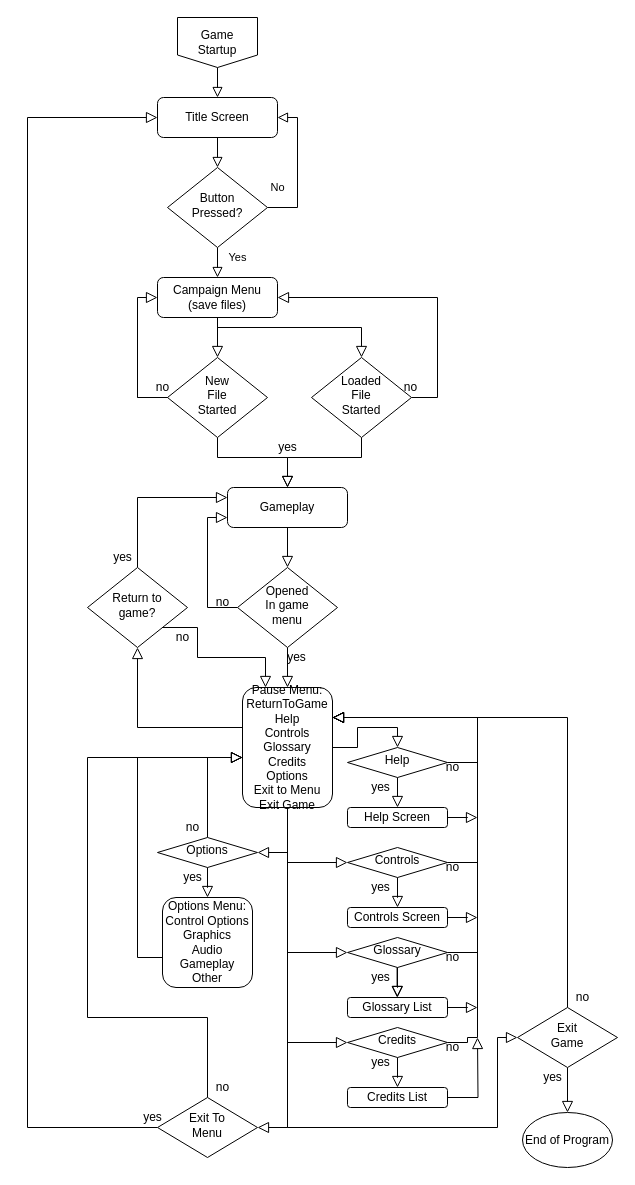
Before: ScreenFlow_Diagram.drawio in William-Fraser/William-Fraser, a draw.io diagram. Source tidied: cells renumbered, new cells numbered last; positions are measured from the earlier drawing's top-left corner, leaving out a move shared by most shapes. Both pictures are drawn from the tidied source at 100%, with x=0, y=0 at pixel (27, 17).
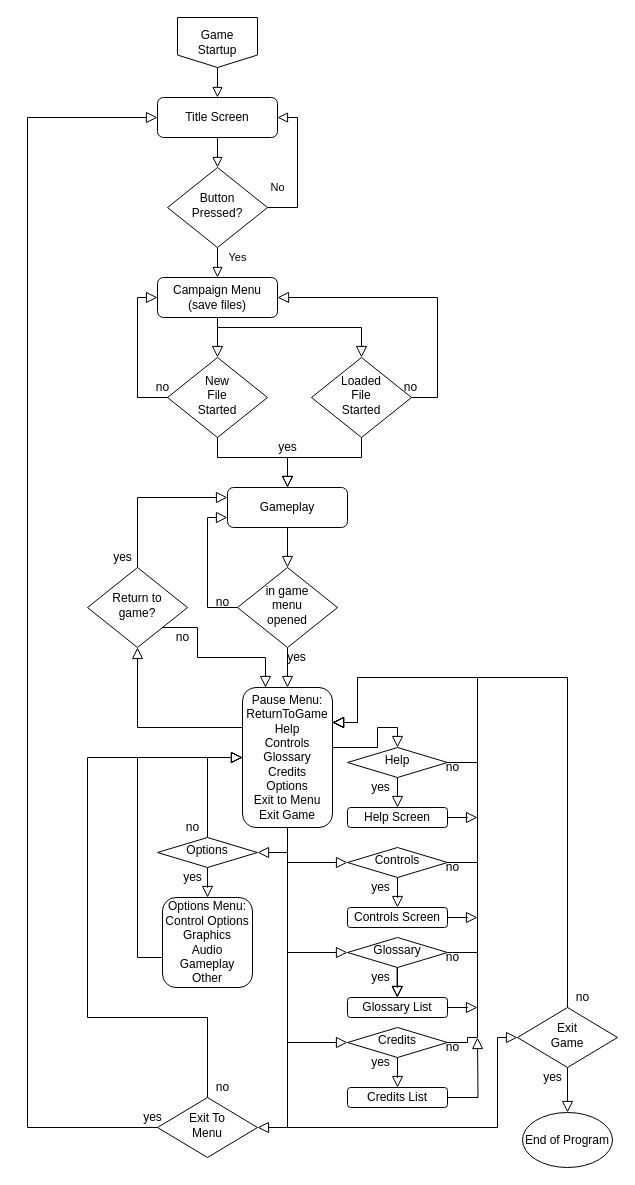
The same page after the edit.

Unchanged cells that the change refers to:
```xml
<mxCell id="45" value="Help" style="rhombus;whiteSpace=wrap;html=1;shadow=0;fontFamily=Helvetica;fontSize=12;align=center;strokeWidth=1;spacing=6;spacingTop=-4;" parent="1" vertex="1">
  <mxGeometry x="320" y="730" width="100" height="30" as="geometry" />
</mxCell>
<mxCell id="48" value="Controls" style="rhombus;whiteSpace=wrap;html=1;shadow=0;fontFamily=Helvetica;fontSize=12;align=center;strokeWidth=1;spacing=6;spacingTop=-4;" parent="1" vertex="1">
  <mxGeometry x="320" y="830" width="100" height="30" as="geometry" />
</mxCell>
<mxCell id="51" value="Glossary" style="rhombus;whiteSpace=wrap;html=1;shadow=0;fontFamily=Helvetica;fontSize=12;align=center;strokeWidth=1;spacing=6;spacingTop=-4;" parent="1" vertex="1">
  <mxGeometry x="320" y="920" width="100" height="30" as="geometry" />
</mxCell>
<mxCell id="57" value="Exit&lt;br&gt;Game" style="rhombus;whiteSpace=wrap;html=1;shadow=0;fontFamily=Helvetica;fontSize=12;align=center;strokeWidth=1;spacing=6;spacingTop=-4;" parent="1" vertex="1">
  <mxGeometry x="490" y="990" width="100" height="60" as="geometry" />
</mxCell>
<mxCell id="63" value="Credits" style="rhombus;whiteSpace=wrap;html=1;shadow=0;fontFamily=Helvetica;fontSize=12;align=center;strokeWidth=1;spacing=6;spacingTop=-4;" parent="1" vertex="1">
  <mxGeometry x="320" y="1010" width="100" height="30" as="geometry" />
</mxCell>
```

The edit, as a diff of the source:
```diff
@@
-    <mxCell id="24" value="Opened &lt;br&gt;In game&lt;br&gt;menu" style="rhombus;whiteSpace=wrap;html=1;shadow=0;fontFamily=Helvetica;fontSize=12;align=center;strokeWidth=1;spacing=6;spacingTop=-4;" parent="1" vertex="1">
+    <mxCell id="24" value="in game &lt;br&gt;menu &lt;br&gt;opened" style="rhombus;whiteSpace=wrap;html=1;shadow=0;fontFamily=Helvetica;fontSize=12;align=center;strokeWidth=1;spacing=6;spacingTop=-4;" parent="1" vertex="1">
       <mxGeometry x="210" y="550" width="100" height="80" as="geometry" />
     </mxCell>
@@
-    <mxCell id="28" style="edgeStyle=orthogonalEdgeStyle;rounded=0;jettySize=auto;html=1;endArrow=block;endFill=0;endSize=9;entryX=0.5;entryY=0;entryDx=0;entryDy=0;exitX=1;exitY=0.5;exitDx=0;exitDy=0;" parent="1" edge="1" source="34" target="45">
+    <mxCell id="28" style="edgeStyle=orthogonalEdgeStyle;rounded=0;jettySize=auto;html=1;endArrow=block;endFill=0;endSize=9;entryX=0.5;entryY=0;entryDx=0;entryDy=0;exitX=1;exitY=0.5;exitDx=0;exitDy=0;strokeColor=default;labelBackgroundColor=default;fontColor=default;" parent="1" edge="1" source="34" target="45">
       <mxGeometry relative="1" as="geometry">
         <Array as="points">
-          <mxPoint x="330" y="730" />
-          <mxPoint x="330" y="710" />
+          <mxPoint x="305" y="730" />
+          <mxPoint x="350" y="730" />
+          <mxPoint x="350" y="710" />
           <mxPoint x="370" y="710" />
         </Array>
       </mxGeometry>
     </mxCell>
@@
-    <mxCell id="34" value="Pause Menu:&lt;br&gt;ReturnToGame&lt;br&gt;Help&lt;br&gt;Controls&lt;br&gt;Glossary&lt;br&gt;Credits&lt;br&gt;Options&lt;br&gt;Exit to Menu&lt;br&gt;Exit Game" style="rounded=1;whiteSpace=wrap;html=1;fontSize=12;glass=0;strokeWidth=1;shadow=0;" parent="1" vertex="1">
-      <mxGeometry x="215" y="670" width="90" height="120" as="geometry" />
+    <mxCell id="34" value="Pause Menu:&lt;br&gt;ReturnToGame&lt;br&gt;Help&lt;br&gt;Controls&lt;br&gt;Glossary&lt;br&gt;Credits&lt;br&gt;Options&lt;br&gt;Exit to Menu&lt;br&gt;Exit Game" style="rounded=1;whiteSpace=wrap;html=1;fontSize=12;glass=0;strokeWidth=1;shadow=0;fillColor=default;strokeColor=default;fontColor=default;" parent="1" vertex="1">
+      <mxGeometry x="215" y="670" width="90" height="140" as="geometry" />
     </mxCell>
@@
-    <mxCell id="44" style="edgeStyle=orthogonalEdgeStyle;rounded=0;jettySize=auto;html=1;endArrow=block;endFill=0;endSize=9;exitX=1;exitY=0.5;exitDx=0;exitDy=0;entryX=1;entryY=0.25;entryDx=0;entryDy=0;" parent="1" edge="1" source="45" target="34">
+    <mxCell id="44" style="edgeStyle=orthogonalEdgeStyle;rounded=0;jettySize=auto;html=1;endArrow=block;endFill=0;endSize=9;exitX=1;exitY=0.5;exitDx=0;exitDy=0;strokeColor=default;labelBackgroundColor=default;fontColor=default;entryX=1;entryY=0.25;entryDx=0;entryDy=0;" parent="1" edge="1" source="45" target="34">
       <mxGeometry relative="1" as="geometry">
         <Array as="points">
           <mxPoint x="450" y="745" />
-          <mxPoint x="450" y="700" />
+          <mxPoint x="450" y="660" />
+          <mxPoint x="330" y="660" />
+          <mxPoint x="330" y="705" />
         </Array>
       </mxGeometry>
     </mxCell>
@@
-    <mxCell id="47" style="edgeStyle=orthogonalEdgeStyle;rounded=0;jettySize=auto;html=1;endArrow=block;endFill=0;endSize=9;entryX=1;entryY=0.25;entryDx=0;entryDy=0;" parent="1" edge="1" source="48" target="34">
+    <mxCell id="47" style="edgeStyle=orthogonalEdgeStyle;rounded=0;jettySize=auto;html=1;endArrow=block;endFill=0;endSize=9;strokeColor=default;labelBackgroundColor=default;fontColor=default;entryX=1;entryY=0.25;entryDx=0;entryDy=0;" parent="1" edge="1" source="48" target="34">
       <mxGeometry relative="1" as="geometry">
         <Array as="points">
           <mxPoint x="450" y="845" />
-          <mxPoint x="450" y="700" />
+          <mxPoint x="450" y="660" />
+          <mxPoint x="330" y="660" />
+          <mxPoint x="330" y="705" />
         </Array>
       </mxGeometry>
     </mxCell>
@@
-    <mxCell id="50" style="edgeStyle=orthogonalEdgeStyle;rounded=0;jettySize=auto;html=1;endArrow=block;endFill=0;endSize=9;entryX=1;entryY=0.25;entryDx=0;entryDy=0;" parent="1" edge="1" source="51" target="34">
+    <mxCell id="50" style="edgeStyle=orthogonalEdgeStyle;rounded=0;jettySize=auto;html=1;endArrow=block;endFill=0;endSize=9;strokeColor=default;labelBackgroundColor=default;fontColor=default;entryX=1;entryY=0.25;entryDx=0;entryDy=0;" parent="1" edge="1" source="51" target="34">
       <mxGeometry relative="1" as="geometry">
         <Array as="points">
           <mxPoint x="450" y="935" />
-          <mxPoint x="450" y="700" />
+          <mxPoint x="450" y="660" />
+          <mxPoint x="330" y="660" />
+          <mxPoint x="330" y="705" />
         </Array>
       </mxGeometry>
     </mxCell>
@@
-    <mxCell id="56" style="edgeStyle=orthogonalEdgeStyle;rounded=0;jettySize=auto;html=1;endArrow=block;endFill=0;endSize=9;entryX=1;entryY=0.25;entryDx=0;entryDy=0;" parent="1" edge="1" source="57" target="34">
+    <mxCell id="56" style="edgeStyle=orthogonalEdgeStyle;rounded=0;jettySize=auto;html=1;endArrow=block;endFill=0;endSize=9;strokeColor=default;labelBackgroundColor=default;fontColor=default;entryX=1;entryY=0.25;entryDx=0;entryDy=0;" parent="1" edge="1" source="57" target="34">
       <mxGeometry relative="1" as="geometry">
         <Array as="points">
-          <mxPoint x="540" y="700" />
+          <mxPoint x="540" y="660" />
+          <mxPoint x="330" y="660" />
+          <mxPoint x="330" y="705" />
         </Array>
       </mxGeometry>
     </mxCell>
@@
-    <mxCell id="62" style="edgeStyle=orthogonalEdgeStyle;rounded=0;jettySize=auto;html=1;endArrow=block;endFill=0;endSize=9;exitX=1;exitY=0.5;exitDx=0;exitDy=0;entryX=1;entryY=0.25;entryDx=0;entryDy=0;" parent="1" edge="1" source="63" target="34">
+    <mxCell id="62" style="edgeStyle=orthogonalEdgeStyle;rounded=0;jettySize=auto;html=1;endArrow=block;endFill=0;endSize=9;exitX=1;exitY=0.5;exitDx=0;exitDy=0;strokeColor=default;labelBackgroundColor=default;fontColor=default;entryX=1;entryY=0.25;entryDx=0;entryDy=0;" parent="1" edge="1" source="63" target="34">
       <mxGeometry relative="1" as="geometry">
         <Array as="points">
           <mxPoint x="440" y="1025" />
           <mxPoint x="440" y="1020" />
           <mxPoint x="450" y="1020" />
-          <mxPoint x="450" y="700" />
+          <mxPoint x="450" y="660" />
+          <mxPoint x="330" y="660" />
+          <mxPoint x="330" y="705" />
         </Array>
       </mxGeometry>
     </mxCell>
```
